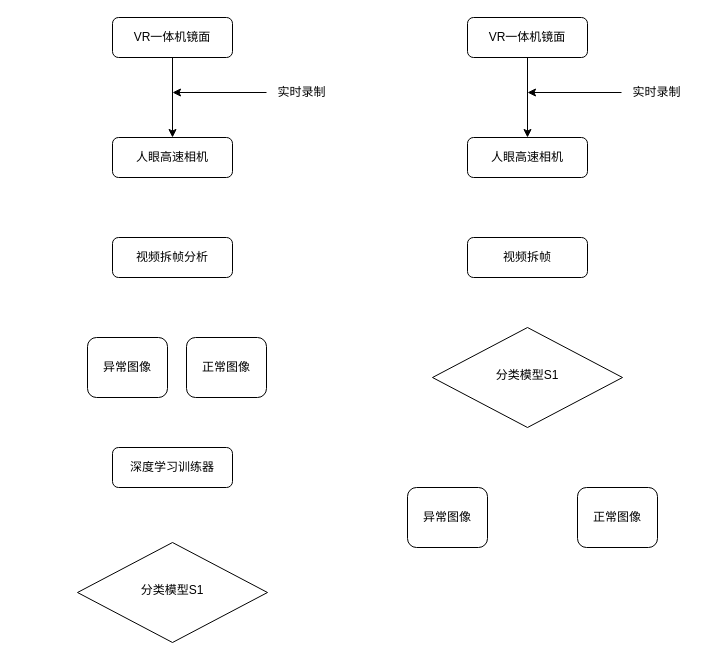
WillingSasi/drawioRes keeps this draw.io diagram as 未命名绘图.drawio. Above is the earlier version. Source tidied: cells renumbered, new cells numbered last; positions are measured from the earlier drawing's top-left corner, leaving out a move shared by most shapes. Both pictures are drawn from the tidied source at 100%, with x=0, y=0 at pixel (77, 17).
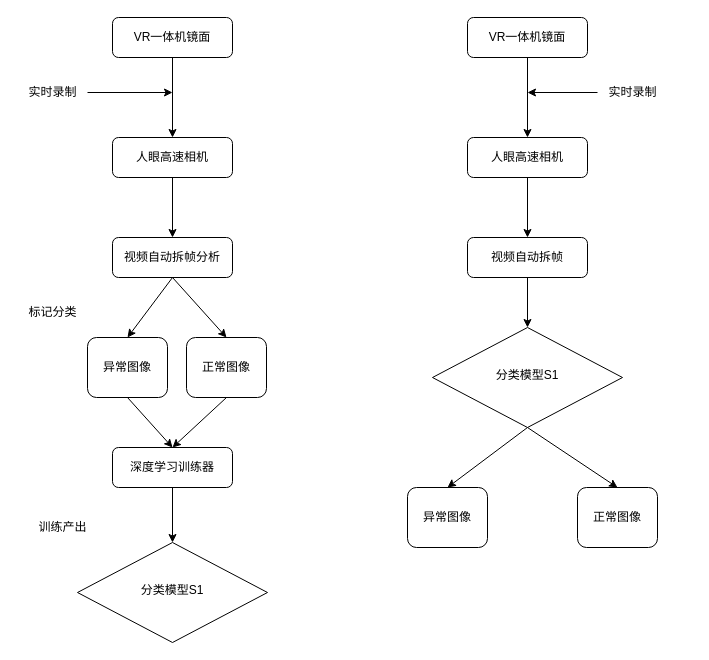
The same diagram, later.

Commit message (it also covers changes not shown here):
更新未命名绘图.drawio

The change refers to these unchanged cells:
```xml
<mxCell id="2" value="人眼高速相机" style="rounded=1;whiteSpace=wrap;html=1;fontSize=12;glass=0;strokeWidth=1;shadow=0;" parent="1" vertex="1">
  <mxGeometry x="35" y="120" width="120" height="40" as="geometry" />
</mxCell>
<mxCell id="3" value="深度学习训练器" style="rounded=1;whiteSpace=wrap;html=1;fontSize=12;glass=0;strokeWidth=1;shadow=0;" parent="1" vertex="1">
  <mxGeometry x="35" y="430" width="120" height="40" as="geometry" />
</mxCell>
<mxCell id="6" value="分类模型S1" style="rhombus;whiteSpace=wrap;html=1;shadow=0;fontFamily=Helvetica;fontSize=12;align=center;strokeWidth=1;spacing=6;spacingTop=-4;" parent="1" vertex="1">
  <mxGeometry y="525" width="190" height="100" as="geometry" />
</mxCell>
<mxCell id="9" value="人眼高速相机" style="rounded=1;whiteSpace=wrap;html=1;fontSize=12;glass=0;strokeWidth=1;shadow=0;" parent="1" vertex="1">
  <mxGeometry x="390" y="120" width="120" height="40" as="geometry" />
</mxCell>
<mxCell id="14" value="异常图像" style="rounded=1;whiteSpace=wrap;html=1;fontSize=12;glass=0;strokeWidth=1;shadow=0;" parent="1" vertex="1">
  <mxGeometry x="330" y="470" width="80" height="60" as="geometry" />
</mxCell>
<mxCell id="15" value="正常图像" style="rounded=1;whiteSpace=wrap;html=1;fontSize=12;glass=0;strokeWidth=1;shadow=0;" parent="1" vertex="1">
  <mxGeometry x="500" y="470" width="80" height="60" as="geometry" />
</mxCell>
<mxCell id="17" value="异常图像" style="rounded=1;whiteSpace=wrap;html=1;fontSize=12;glass=0;strokeWidth=1;shadow=0;" parent="1" vertex="1">
  <mxGeometry x="10" y="320" width="80" height="60" as="geometry" />
</mxCell>
<mxCell id="18" value="正常图像" style="rounded=1;whiteSpace=wrap;html=1;fontSize=12;glass=0;strokeWidth=1;shadow=0;" parent="1" vertex="1">
  <mxGeometry x="109" y="320" width="80" height="60" as="geometry" />
</mxCell>
<mxCell id="19" value="分类模型S1" style="rhombus;whiteSpace=wrap;html=1;shadow=0;fontFamily=Helvetica;fontSize=12;align=center;strokeWidth=1;spacing=6;spacingTop=-4;" parent="1" vertex="1">
  <mxGeometry x="355" y="310" width="190" height="100" as="geometry" />
</mxCell>
```

Diff of the diagram source:
```diff
@@
+    <mxCell id="21" style="edgeStyle=orthogonalEdgeStyle;rounded=0;jettySize=auto;html=1;" parent="1" edge="1" source="2" target="16">
+      <mxGeometry relative="1" as="geometry" />
+    </mxCell>
@@
+    <mxCell id="22" style="edgeStyle=orthogonalEdgeStyle;rounded=0;jettySize=auto;html=1;" parent="1" edge="1" source="3" target="6">
+      <mxGeometry relative="1" as="geometry" />
+    </mxCell>
@@
     <mxCell id="8" value="实时录制" style="text;html=1;align=center;verticalAlign=middle;points=[];strokeColor=none;fillColor=none;" parent="1" vertex="1">
-      <mxGeometry x="189" y="60" width="70" height="30" as="geometry" />
+      <mxGeometry x="-60" y="60" width="70" height="30" as="geometry" />
     </mxCell>
+    <mxCell id="23" style="edgeStyle=orthogonalEdgeStyle;rounded=0;jettySize=auto;html=1;" parent="1" edge="1" source="9" target="20">
+      <mxGeometry relative="1" as="geometry" />
+    </mxCell>
@@
     <mxCell id="13" value="实时录制" style="text;html=1;align=center;verticalAlign=middle;points=[];strokeColor=none;fillColor=none;" parent="1" vertex="1">
-      <mxGeometry x="544" y="60" width="70" height="30" as="geometry" />
+      <mxGeometry x="520" y="60" width="70" height="30" as="geometry" />
     </mxCell>
@@
-    <mxCell id="16" value="视频拆帧分析" style="rounded=1;whiteSpace=wrap;html=1;fontSize=12;glass=0;strokeWidth=1;shadow=0;" parent="1" vertex="1">
+    <mxCell id="16" value="视频自动拆帧分析" style="rounded=1;whiteSpace=wrap;html=1;fontSize=12;glass=0;strokeWidth=1;shadow=0;" parent="1" vertex="1">
       <mxGeometry x="35" y="220" width="120" height="40" as="geometry" />
     </mxCell>
@@
+    <mxCell id="24" style="edgeStyle=orthogonalEdgeStyle;rounded=0;jettySize=auto;html=1;" parent="1" edge="1" source="20" target="19">
+      <mxGeometry relative="1" as="geometry" />
+    </mxCell>
-    <mxCell id="20" value="视频拆帧" style="rounded=1;whiteSpace=wrap;html=1;fontSize=12;glass=0;strokeWidth=1;shadow=0;" parent="1" vertex="1">
+    <mxCell id="20" value="视频自动拆帧" style="rounded=1;whiteSpace=wrap;html=1;fontSize=12;glass=0;strokeWidth=1;shadow=0;" parent="1" vertex="1">
       <mxGeometry x="390" y="220" width="120" height="40" as="geometry" />
     </mxCell>
+    <mxCell id="25" style="endArrow=classic;html=1;rounded=0;exitX=0.5;exitY=1;exitDx=0;exitDy=0;entryX=0.5;entryY=0;entryDx=0;entryDy=0;" parent="1" edge="1" source="16" target="18">
+      <mxGeometry relative="1" as="geometry" />
+    </mxCell>
+    <mxCell id="26" style="endArrow=classic;html=1;rounded=0;exitX=0.5;exitY=1;exitDx=0;exitDy=0;entryX=0.5;entryY=0;entryDx=0;entryDy=0;" parent="1" edge="1" source="16" target="17">
+      <mxGeometry relative="1" as="geometry" />
+    </mxCell>
+    <mxCell id="27" style="endArrow=classic;html=1;rounded=0;exitX=0.5;exitY=1;exitDx=0;exitDy=0;entryX=0.5;entryY=0;entryDx=0;entryDy=0;" parent="1" edge="1" source="17" target="3">
+      <mxGeometry relative="1" as="geometry" />
+    </mxCell>
+    <mxCell id="28" style="endArrow=classic;html=1;rounded=0;exitX=0.5;exitY=1;exitDx=0;exitDy=0;entryX=0.5;entryY=0;entryDx=0;entryDy=0;" parent="1" edge="1" source="18" target="3">
+      <mxGeometry relative="1" as="geometry" />
+    </mxCell>
+    <mxCell id="29" value="标记分类" style="text;html=1;align=center;verticalAlign=middle;strokeColor=none;fillColor=none;" parent="1" vertex="1">
+      <mxGeometry x="-60" y="280" width="70" height="30" as="geometry" />
+    </mxCell>
+    <mxCell id="30" value="训练产出" style="text;html=1;align=center;verticalAlign=middle;strokeColor=none;fillColor=none;" parent="1" vertex="1">
+      <mxGeometry x="-50" y="495" width="70" height="30" as="geometry" />
+    </mxCell>
+    <mxCell id="31" style="endArrow=classic;html=1;rounded=0;exitX=0.5;exitY=1;exitDx=0;exitDy=0;entryX=0.5;entryY=0;entryDx=0;entryDy=0;" parent="1" edge="1" source="19" target="14">
+      <mxGeometry relative="1" as="geometry" />
+    </mxCell>
+    <mxCell id="32" style="endArrow=classic;html=1;rounded=0;exitX=0.5;exitY=1;exitDx=0;exitDy=0;entryX=0.5;entryY=0;entryDx=0;entryDy=0;" parent="1" edge="1" source="19" target="15">
+      <mxGeometry relative="1" as="geometry" />
+    </mxCell>
```
